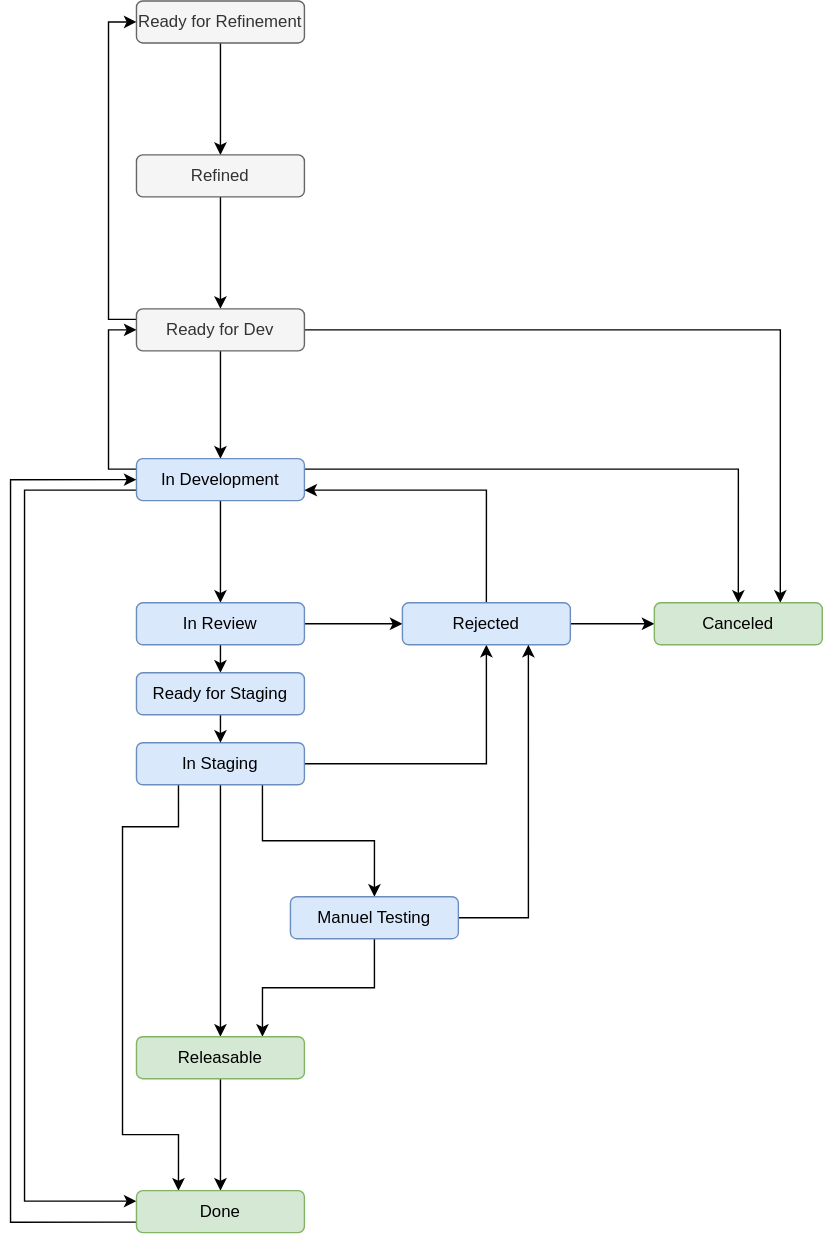
Above: workflows/workflow-tech.drawio.svg in ksb-digital/.github (draw.io), before the change. Source tidied: cells renumbered, new cells last; positions are measured from the earlier drawing's top-left corner, leaving out a move shared by most shapes.
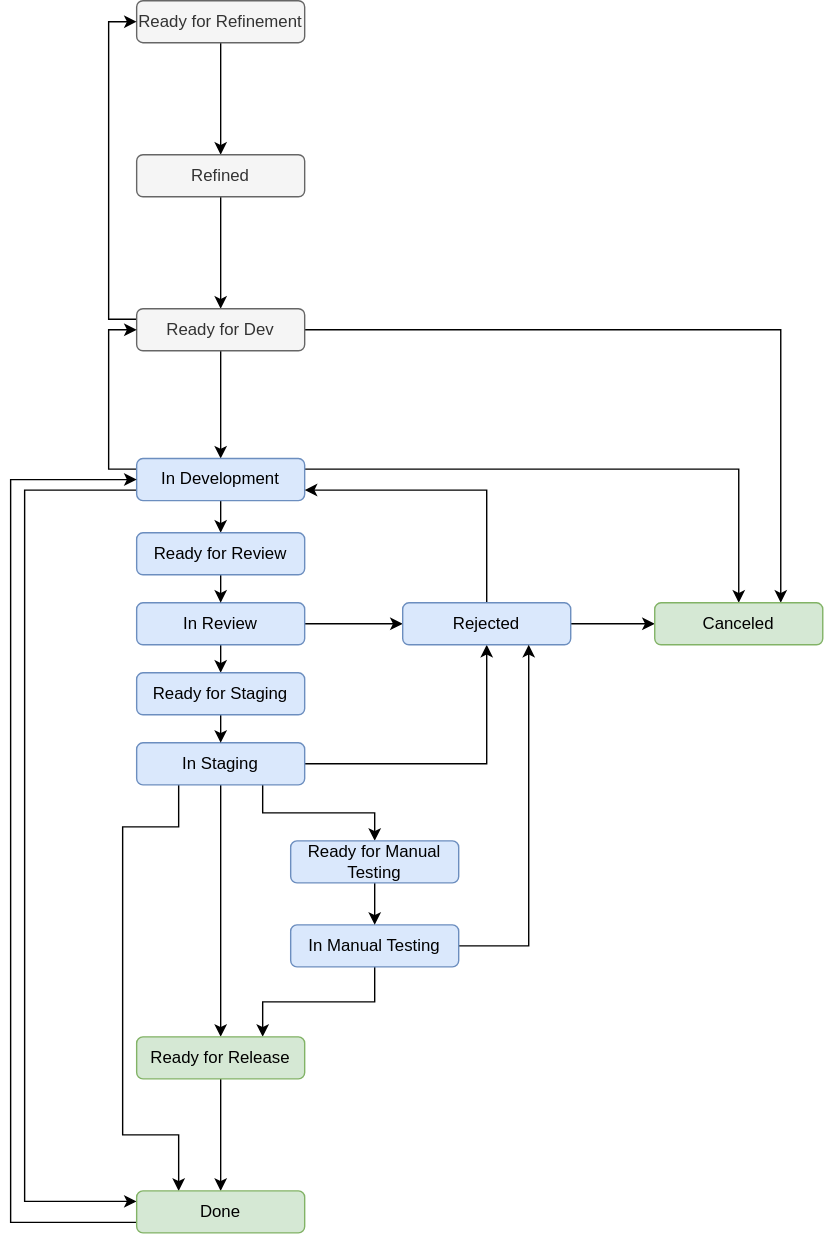
The same file after the commit.

Commit message:
docs(UISO-52): adjust workflow for tech story

What changed in the source:
```diff
@@ -26,9 +26,6 @@
     <mxCell id="9" value="Ready for Dev" style="rounded=1;whiteSpace=wrap;html=1;fillColor=#f5f5f5;fontColor=#333333;strokeColor=#666666;" parent="1" vertex="1">
       <mxGeometry x="90" y="220" width="120" height="30" as="geometry" />
     </mxCell>
-    <mxCell id="10" style="edgeStyle=orthogonalEdgeStyle;rounded=0;jettySize=auto;html=1;exitX=0.5;exitY=1;exitDx=0;exitDy=0;entryX=0.5;entryY=0;entryDx=0;entryDy=0;" parent="1" edge="1" source="14" target="17">
-      <mxGeometry relative="1" as="geometry" />
-    </mxCell>
     <mxCell id="11" style="edgeStyle=orthogonalEdgeStyle;rounded=0;jettySize=auto;html=1;exitX=1;exitY=0.25;exitDx=0;exitDy=0;entryX=0.5;entryY=0;entryDx=0;entryDy=0;" parent="1" edge="1" source="14" target="33">
       <mxGeometry relative="1" as="geometry" />
     </mxCell>
@@ -43,6 +40,9 @@
     <mxCell id="13" style="edgeStyle=orthogonalEdgeStyle;rounded=0;jettySize=auto;html=1;exitX=0;exitY=0.25;exitDx=0;exitDy=0;entryX=0;entryY=0.5;entryDx=0;entryDy=0;" parent="1" edge="1" source="14" target="9">
       <mxGeometry relative="1" as="geometry" />
     </mxCell>
+    <mxCell id="36" style="edgeStyle=orthogonalEdgeStyle;rounded=0;jettySize=auto;html=1;exitX=0.5;exitY=1;exitDx=0;exitDy=0;entryX=0.5;entryY=0;entryDx=0;entryDy=0;" parent="1" edge="1" source="14" target="38">
+      <mxGeometry relative="1" as="geometry" />
+    </mxCell>
     <mxCell id="14" value="In Development" style="rounded=1;whiteSpace=wrap;html=1;fillColor=#dae8fc;strokeColor=#6c8ebf;" parent="1" vertex="1">
       <mxGeometry x="90" y="327" width="120" height="30" as="geometry" />
     </mxCell>
@@ -55,7 +55,7 @@
     <mxCell id="17" value="In Review" style="rounded=1;whiteSpace=wrap;html=1;fillColor=#dae8fc;strokeColor=#6c8ebf;" parent="1" vertex="1">
       <mxGeometry x="90" y="430" width="120" height="30" as="geometry" />
     </mxCell>
-    <mxCell id="18" style="edgeStyle=orthogonalEdgeStyle;rounded=0;jettySize=auto;html=1;exitX=0.75;exitY=1;exitDx=0;exitDy=0;entryX=0.5;entryY=0;entryDx=0;entryDy=0;" parent="1" edge="1" source="22" target="28">
+    <mxCell id="18" style="edgeStyle=orthogonalEdgeStyle;rounded=0;jettySize=auto;html=1;exitX=0.75;exitY=1;exitDx=0;exitDy=0;entryX=0.5;entryY=0;entryDx=0;entryDy=0;" parent="1" edge="1" source="22" target="40">
       <mxGeometry relative="1" as="geometry" />
     </mxCell>
     <mxCell id="19" style="edgeStyle=orthogonalEdgeStyle;rounded=0;jettySize=auto;html=1;exitX=0.5;exitY=1;exitDx=0;exitDy=0;entryX=0.5;entryY=0;entryDx=0;entryDy=0;" parent="1" edge="1" source="22" target="30">
@@ -92,13 +92,13 @@
     <mxCell id="27" style="edgeStyle=orthogonalEdgeStyle;rounded=0;jettySize=auto;html=1;exitX=1;exitY=0.5;exitDx=0;exitDy=0;entryX=0.75;entryY=1;entryDx=0;entryDy=0;" parent="1" edge="1" source="28" target="25">
       <mxGeometry relative="1" as="geometry" />
     </mxCell>
-    <mxCell id="28" value="Manuel Testing" style="rounded=1;whiteSpace=wrap;html=1;fillColor=#dae8fc;strokeColor=#6c8ebf;" parent="1" vertex="1">
-      <mxGeometry x="200" y="640" width="120" height="30" as="geometry" />
+    <mxCell id="28" value="In Manual Testing" style="rounded=1;whiteSpace=wrap;html=1;fillColor=#dae8fc;strokeColor=#6c8ebf;" parent="1" vertex="1">
+      <mxGeometry x="200" y="660" width="120" height="30" as="geometry" />
     </mxCell>
     <mxCell id="29" style="edgeStyle=orthogonalEdgeStyle;rounded=0;jettySize=auto;html=1;exitX=0.5;exitY=1;exitDx=0;exitDy=0;entryX=0.5;entryY=0;entryDx=0;entryDy=0;" parent="1" edge="1" source="30" target="32">
       <mxGeometry relative="1" as="geometry" />
     </mxCell>
-    <mxCell id="30" value="Releasable" style="rounded=1;whiteSpace=wrap;html=1;fillColor=#d5e8d4;strokeColor=#82b366;" parent="1" vertex="1">
+    <mxCell id="30" value="Ready for Release" style="rounded=1;whiteSpace=wrap;html=1;fillColor=#d5e8d4;strokeColor=#82b366;" parent="1" vertex="1">
       <mxGeometry x="90" y="740" width="120" height="30" as="geometry" />
     </mxCell>
     <mxCell id="31" style="edgeStyle=orthogonalEdgeStyle;rounded=0;jettySize=auto;html=1;exitX=0;exitY=0.75;exitDx=0;exitDy=0;entryX=0;entryY=0.5;entryDx=0;entryDy=0;" parent="1" edge="1" source="32" target="14">
@@ -121,5 +121,17 @@
     <mxCell id="35" value="Ready for Staging" style="rounded=1;whiteSpace=wrap;html=1;fillColor=#dae8fc;strokeColor=#6c8ebf;" parent="1" vertex="1">
       <mxGeometry x="90" y="480" width="120" height="30" as="geometry" />
     </mxCell>
+    <mxCell id="37" style="edgeStyle=orthogonalEdgeStyle;rounded=0;jettySize=auto;html=1;exitX=0.5;exitY=1;exitDx=0;exitDy=0;entryX=0.5;entryY=0;entryDx=0;entryDy=0;" parent="1" edge="1" source="38" target="17">
+      <mxGeometry relative="1" as="geometry" />
+    </mxCell>
+    <mxCell id="38" value="Ready for Review" style="rounded=1;whiteSpace=wrap;html=1;fillColor=#dae8fc;strokeColor=#6c8ebf;" parent="1" vertex="1">
+      <mxGeometry x="90" y="380" width="120" height="30" as="geometry" />
+    </mxCell>
+    <mxCell id="39" style="edgeStyle=orthogonalEdgeStyle;rounded=0;jettySize=auto;html=1;exitX=0.5;exitY=1;exitDx=0;exitDy=0;entryX=0.5;entryY=0;entryDx=0;entryDy=0;" parent="1" edge="1" source="40" target="28">
+      <mxGeometry relative="1" as="geometry" />
+    </mxCell>
+    <mxCell id="40" value="Ready for Manual Testing" style="rounded=1;whiteSpace=wrap;html=1;fillColor=#dae8fc;strokeColor=#6c8ebf;" parent="1" vertex="1">
+      <mxGeometry x="200" y="600" width="120" height="30" as="geometry" />
+    </mxCell>
   </root>
 </mxGraphModel>
```
